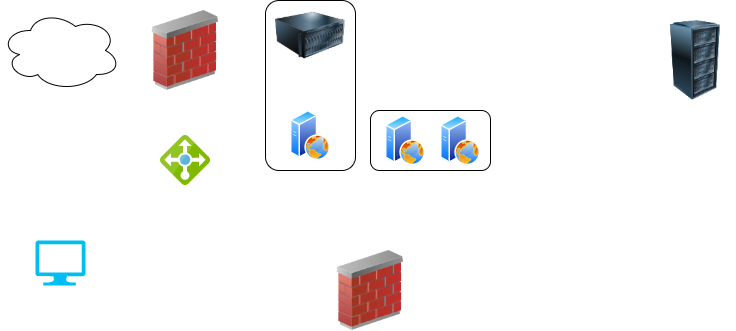
The draw.io diagram elk-diagram.png in BerkanoCat/elk-stack-project, before a commit. Source tidied: cells renumbered, new cells last; positions are measured from the earlier drawing's top-left corner, leaving out a move shared by most shapes. The source it was exported from:
```xml
<mxGraphModel>
  <root>
    <mxCell id="0" />
    <mxCell id="1" parent="0" />
    <mxCell id="2" style="rounded=1;whiteSpace=wrap;html=1;" parent="1" vertex="1">
      <mxGeometry x="370" y="110" width="120" height="60" as="geometry" />
    </mxCell>
    <mxCell id="3" style="rounded=1;whiteSpace=wrap;html=1;" parent="1" vertex="1">
      <mxGeometry x="265" width="90" height="170" as="geometry" />
    </mxCell>
    <mxCell id="4" style="verticalLabelPosition=bottom;html=1;verticalAlign=top;align=center;strokeColor=none;fillColor=#00BEF2;shape=mxgraph.azure.computer;" parent="1" vertex="1">
      <mxGeometry x="35" y="240" width="50" height="45" as="geometry" />
    </mxCell>
    <mxCell id="5" style="ellipse;shape=cloud;whiteSpace=wrap;html=1;" parent="1" vertex="1">
      <mxGeometry y="10" width="120" height="80" as="geometry" />
    </mxCell>
    <mxCell id="6" style="perimeter=ellipsePerimeter;html=1;align=center;shadow=0;dashed=0;spacingTop=3;image;image=img/lib/active_directory/web_server.svg;" parent="1" vertex="1">
      <mxGeometry x="385" y="115" width="40" height="50" as="geometry" />
    </mxCell>
    <mxCell id="7" style="perimeter=ellipsePerimeter;html=1;align=center;shadow=0;dashed=0;spacingTop=3;image;image=img/lib/active_directory/web_server.svg;" parent="1" vertex="1">
      <mxGeometry x="290" y="110" width="40" height="50" as="geometry" />
    </mxCell>
    <mxCell id="8" style="perimeter=ellipsePerimeter;html=1;align=center;shadow=0;dashed=0;spacingTop=3;image;image=img/lib/active_directory/web_server.svg;" parent="1" vertex="1">
      <mxGeometry x="440" y="115" width="40" height="50" as="geometry" />
    </mxCell>
    <mxCell id="9" style="html=1;align=center;image;fontSize=12;image=img/lib/mscae/Load_Balancer_feature.svg;" parent="1" vertex="1">
      <mxGeometry x="160" y="135" width="50" height="50" as="geometry" />
    </mxCell>
    <mxCell id="10" style="image;html=1;image=img/lib/clip_art/networking/Firewall_02_128x128.png;" parent="1" vertex="1">
      <mxGeometry x="145" y="10" width="80" height="80" as="geometry" />
    </mxCell>
    <mxCell id="11" style="image;html=1;image=img/lib/clip_art/computers/Server_Rack_128x128.png;" parent="1" vertex="1">
      <mxGeometry x="655" y="20" width="80" height="80" as="geometry" />
    </mxCell>
    <mxCell id="12" style="image;html=1;image=img/lib/clip_art/computers/Server_128x128.png;" parent="1" vertex="1">
      <mxGeometry x="275" width="70" height="70" as="geometry" />
    </mxCell>
    <mxCell id="13" style="image;html=1;image=img/lib/clip_art/networking/Firewall_02_128x128.png;" parent="1" vertex="1">
      <mxGeometry x="330" y="250" width="80" height="80" as="geometry" />
    </mxCell>
  </root>
</mxGraphModel>
```
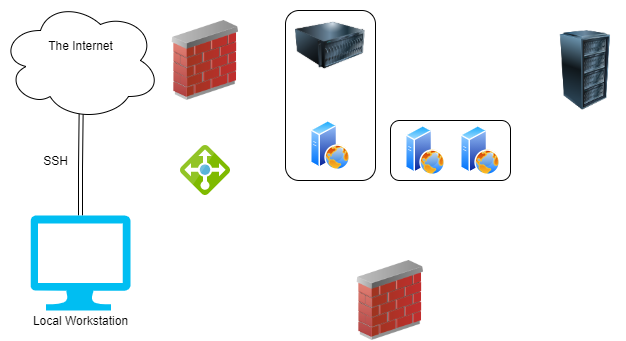
After the commit.

Change to the diagram source:
```diff
@@ -8,11 +8,14 @@
     <mxCell id="3" style="rounded=1;whiteSpace=wrap;html=1;" parent="1" vertex="1">
       <mxGeometry x="265" width="90" height="170" as="geometry" />
     </mxCell>
+    <mxCell id="14" style="edgeStyle=orthogonalEdgeStyle;rounded=0;jettySize=auto;html=1;exitX=0.5;exitY=0;exitDx=0;exitDy=0;exitPerimeter=0;shape=link;entryX=0.504;entryY=0.935;entryDx=0;entryDy=0;entryPerimeter=0;" parent="1" edge="1" source="4" target="5">
+      <mxGeometry relative="1" as="geometry" />
+    </mxCell>
     <mxCell id="4" style="verticalLabelPosition=bottom;html=1;verticalAlign=top;align=center;strokeColor=none;fillColor=#00BEF2;shape=mxgraph.azure.computer;" parent="1" vertex="1">
-      <mxGeometry x="35" y="240" width="50" height="45" as="geometry" />
+      <mxGeometry x="10" y="205" width="100" height="95" as="geometry" />
     </mxCell>
     <mxCell id="5" style="ellipse;shape=cloud;whiteSpace=wrap;html=1;" parent="1" vertex="1">
-      <mxGeometry y="10" width="120" height="80" as="geometry" />
+      <mxGeometry x="-20" y="-10" width="160" height="120" as="geometry" />
     </mxCell>
     <mxCell id="6" style="perimeter=ellipsePerimeter;html=1;align=center;shadow=0;dashed=0;spacingTop=3;image;image=img/lib/active_directory/web_server.svg;" parent="1" vertex="1">
       <mxGeometry x="385" y="115" width="40" height="50" as="geometry" />
@@ -30,7 +33,7 @@
       <mxGeometry x="145" y="10" width="80" height="80" as="geometry" />
     </mxCell>
     <mxCell id="11" style="image;html=1;image=img/lib/clip_art/computers/Server_Rack_128x128.png;" parent="1" vertex="1">
-      <mxGeometry x="655" y="20" width="80" height="80" as="geometry" />
+      <mxGeometry x="525" y="20" width="80" height="80" as="geometry" />
     </mxCell>
     <mxCell id="12" style="image;html=1;image=img/lib/clip_art/computers/Server_128x128.png;" parent="1" vertex="1">
       <mxGeometry x="275" width="70" height="70" as="geometry" />
@@ -38,5 +41,14 @@
     <mxCell id="13" style="image;html=1;image=img/lib/clip_art/networking/Firewall_02_128x128.png;" parent="1" vertex="1">
       <mxGeometry x="330" y="250" width="80" height="80" as="geometry" />
     </mxCell>
+    <mxCell id="15" value="Local Workstation" style="text;html=1;align=center;verticalAlign=middle;fillColor=none;strokeColor=none;rounded=0;" parent="1" vertex="1">
+      <mxGeometry x="5" y="300" width="110" height="20" as="geometry" />
+    </mxCell>
+    <mxCell id="16" value="SSH" style="text;html=1;align=center;verticalAlign=middle;fillColor=none;strokeColor=none;rounded=0;" parent="1" vertex="1">
+      <mxGeometry x="15" y="140" width="40" height="20" as="geometry" />
+    </mxCell>
+    <mxCell id="17" value="The Internet" style="text;html=1;align=center;verticalAlign=middle;fillColor=none;strokeColor=none;rounded=0;" parent="1" vertex="1">
+      <mxGeometry x="20" y="25" width="80" height="20" as="geometry" />
+    </mxCell>
   </root>
 </mxGraphModel>
```
